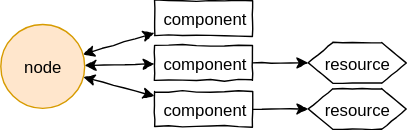
The draw.io diagram Documentation/Design/Component.svg in JirkaDellOro/FUDGE, before a commit. Source tidied: cells renumbered, new cells last; positions are measured from the earlier drawing's top-left corner, leaving out a move shared by most shapes.
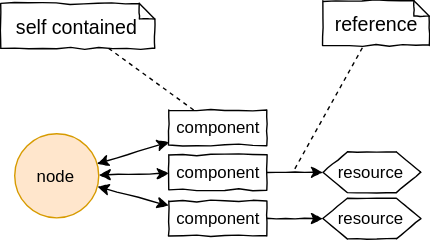
After the change.

Diff of the diagram source:
```diff
@@ -35,5 +35,19 @@
     <mxCell id="12" value="resource" style="shape=hexagon;perimeter=hexagonPerimeter2;whiteSpace=wrap;html=1;shadow=0;comic=1;" parent="1" vertex="1">
       <mxGeometry x="220" y="63" width="70" height="29" as="geometry" />
     </mxCell>
+    <mxCell id="13" value="self contained" style="shape=note;strokeWidth=1;fontSize=14;size=11;whiteSpace=wrap;html=1;rounded=0;shadow=0;comic=1;fillColor=#FFFFFF;" parent="1" vertex="1">
+      <mxGeometry x="-10" y="-76" width="110" height="32" as="geometry" />
+    </mxCell>
+    <mxCell id="14" style="endArrow=none;dashed=1;html=1;" parent="1" edge="1" source="4" target="13">
+      <mxGeometry relative="1" as="geometry" />
+    </mxCell>
+    <mxCell id="15" value="reference" style="shape=note;strokeWidth=1;fontSize=14;size=11;whiteSpace=wrap;html=1;rounded=0;shadow=0;comic=1;fillColor=#FFFFFF;" parent="1" vertex="1">
+      <mxGeometry x="220" y="-78" width="76" height="32" as="geometry" />
+    </mxCell>
+    <mxCell id="16" style="endArrow=none;dashed=1;html=1;" parent="1" edge="1" target="15">
+      <mxGeometry relative="1" as="geometry">
+        <mxPoint x="200" y="42" as="sourcePoint" />
+      </mxGeometry>
+    </mxCell>
   </root>
 </mxGraphModel>
```
